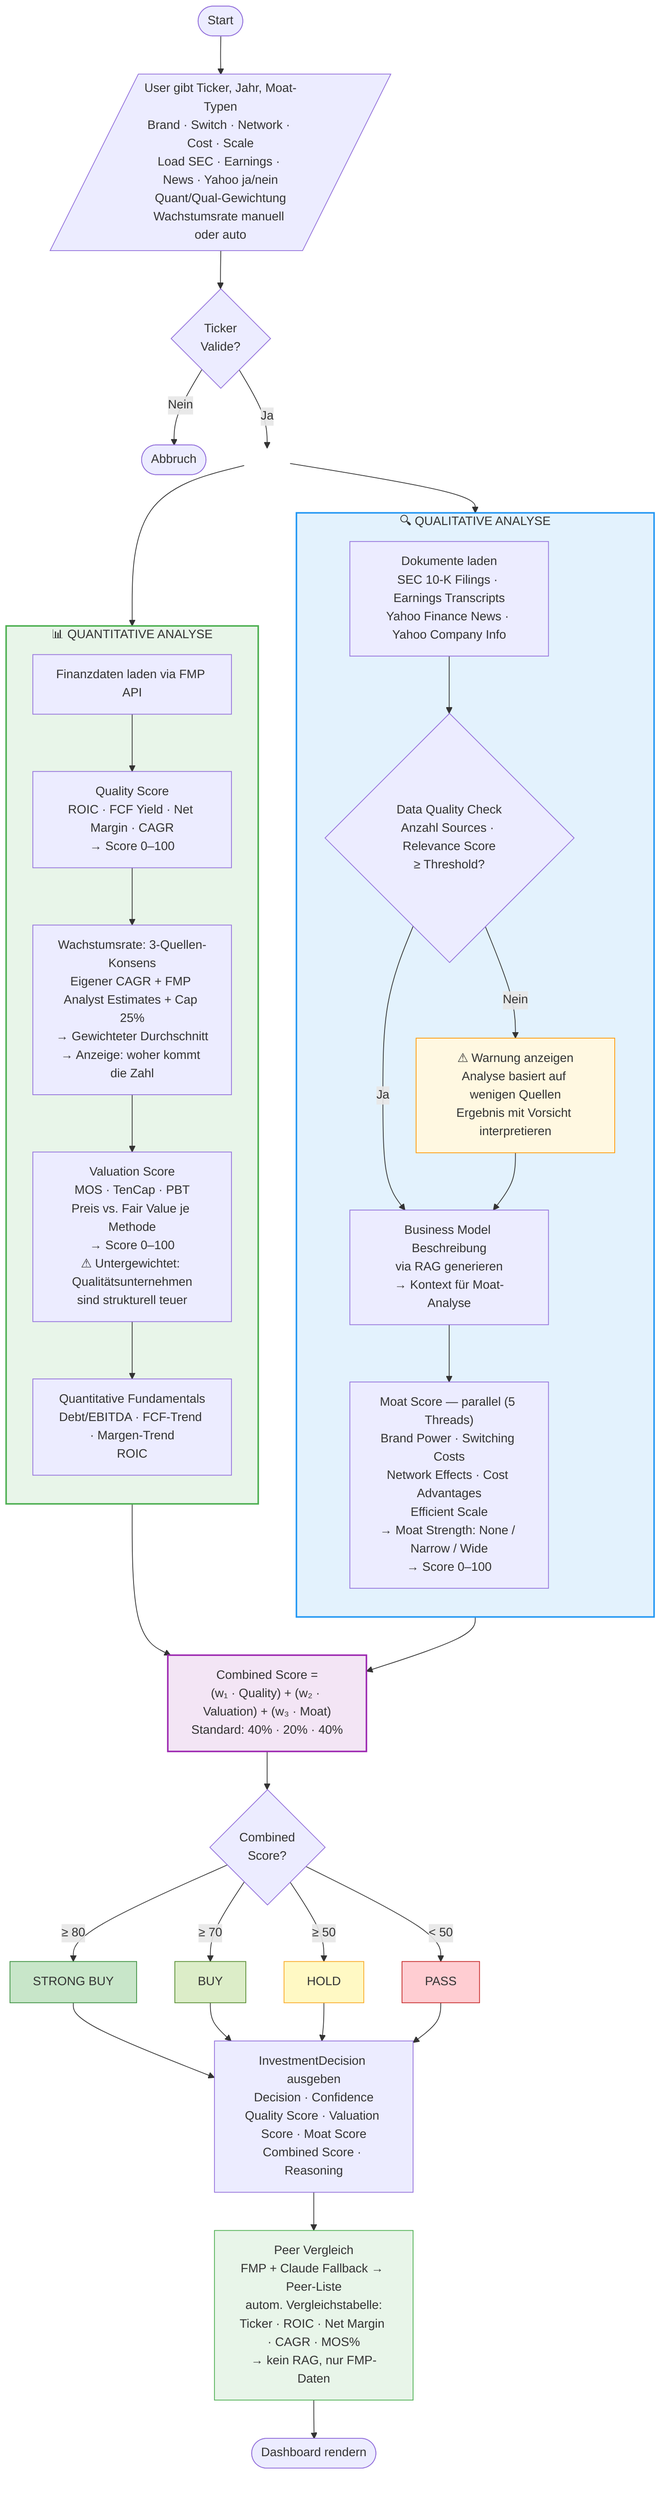
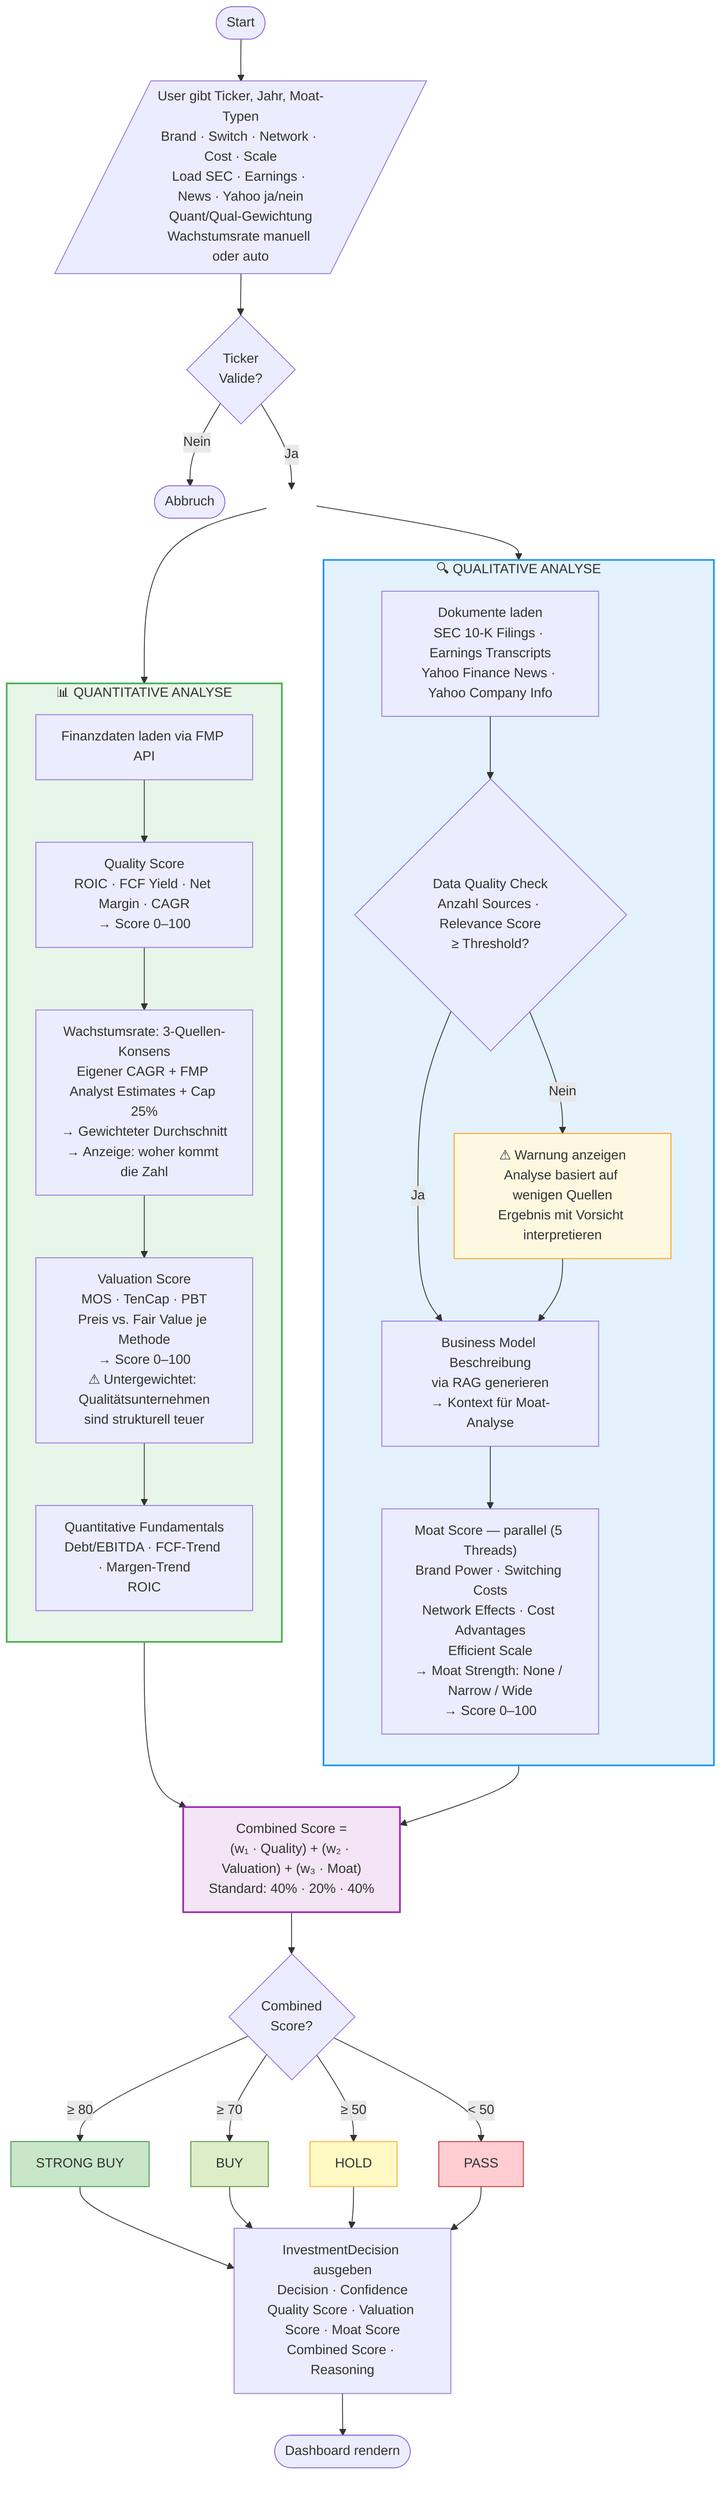
flowchart TD
    A([Start]) --> B
    B[/User gibt Ticker, Jahr, Moat-Typen\nBrand · Switch · Network · Cost · Scale\nLoad SEC · Earnings · News · Yahoo ja/nein\nQuant/Qual-Gewichtung\nWachstumsrate manuell oder auto/]
    B --> C{Ticker\nValide?}
    C -- Nein --> D([Abbruch])
    C -- Ja --> SPLIT

    SPLIT[ ]
    style SPLIT fill:none,stroke:none

    SPLIT --> QUANT
    SPLIT --> QUAL

    subgraph QUANT ["📊 QUANTITATIVE ANALYSE"]
        direction TB
        Q1[Finanzdaten laden via FMP API]
        Q1 --> Q2["Quality Score\nROIC · FCF Yield · Net Margin · CAGR\n→ Score 0–100"]
        Q2 --> Q3["Wachstumsrate: 3-Quellen-Konsens\nEigener CAGR + FMP Analyst Estimates + Cap 25%\n→ Gewichteter Durchschnitt\n→ Anzeige: woher kommt die Zahl"]
        Q3 --> Q4["Valuation Score\nMOS · TenCap · PBT\nPreis vs. Fair Value je Methode\n→ Score 0–100\n⚠ Untergewichtet: Qualitätsunternehmen\nsind strukturell teuer"]
        Q4 --> Q5["Quantitative Fundamentals\nDebt/EBITDA · FCF-Trend · Margen-Trend\nROIC"]
    end

    subgraph QUAL ["🔍 QUALITATIVE ANALYSE"]
        direction TB
        L1[Dokumente laden\nSEC 10-K Filings · Earnings Transcripts\nYahoo Finance News · Yahoo Company Info]
        L1 --> L7{"Data Quality Check\nAnzahl Sources · Relevance Score\n≥ Threshold?"}
        L7 -- "Nein" --> L7W["⚠ Warnung anzeigen\nAnalyse basiert auf wenigen Quellen\nErgebnis mit Vorsicht interpretieren"]
        L7 -- "Ja" --> L2
        L7W --> L2
        L2["Business Model Beschreibung\nvia RAG generieren\n→ Kontext für Moat-Analyse"]
        L2 --> L3["Moat Score — parallel (5 Threads)\nBrand Power · Switching Costs\nNetwork Effects · Cost Advantages\nEfficient Scale\n→ Moat Strength: None / Narrow / Wide\n→ Score 0–100"]
    end

    QUANT --> COMBINE
    QUAL --> COMBINE

    COMBINE["Combined Score =\n(w₁ · Quality) + (w₂ · Valuation) + (w₃ · Moat)\nStandard: 40% · 20% · 40%"]

    COMBINE --> K{Combined\nScore?}

    K -- "≥ 80" --> SB[STRONG BUY]
    K -- "≥ 70" --> BU[BUY]
    K -- "≥ 50"           --> HO[HOLD]
    K -- "< 50"           --> PA[PASS]

    SB & BU & HO & PA --> P

    P["InvestmentDecision ausgeben\nDecision · Confidence\nQuality Score · Valuation Score · Moat Score\nCombined Score · Reasoning"]

-     P --> PEERS["Peer Vergleich\nFMP + Claude Fallback → Peer-Liste\nautom. Vergleichstabelle:\nTicker · ROIC · Net Margin · CAGR · MOS%\n→ kein RAG, nur FMP-Daten"]
- 
-     PEERS --> R([Dashboard rendern])
+     P --> R([Dashboard rendern])

    style QUANT   fill:#e8f5e9,stroke:#4caf50,stroke-width:2px
    style QUAL    fill:#e3f2fd,stroke:#2196f3,stroke-width:2px
    style COMBINE fill:#f3e5f5,stroke:#9c27b0,stroke-width:2px
    style L7W     fill:#fff8e1,stroke:#ff9800
    style SB      fill:#c8e6c9,stroke:#388e3c
    style BU      fill:#dcedc8,stroke:#558b2f
    style HO      fill:#fff9c4,stroke:#f9a825
    style PA      fill:#ffcdd2,stroke:#c62828
-     style PEERS   fill:#e8f5e9,stroke:#4caf50
